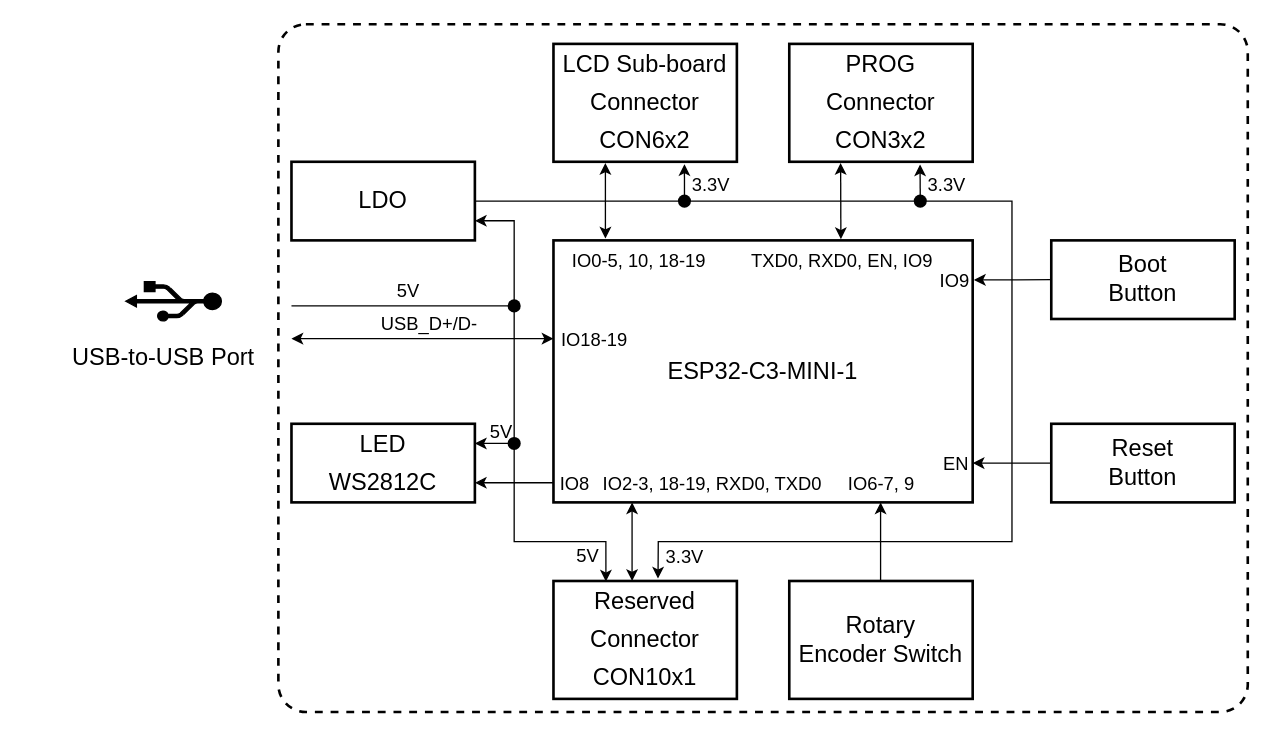
Above: c3/_static/block-diagram.drawio in Lzw655/esp32-s3-lcd-ev-baord-docs (draw.io), before the change. Source tidied: cells renumbered, new cells numbered last; positions are measured from the earlier drawing's top-left corner, leaving out a move shared by most shapes. Both pictures are drawn from the tidied source at 131%, with x=0, y=0 at pixel (22, 24).
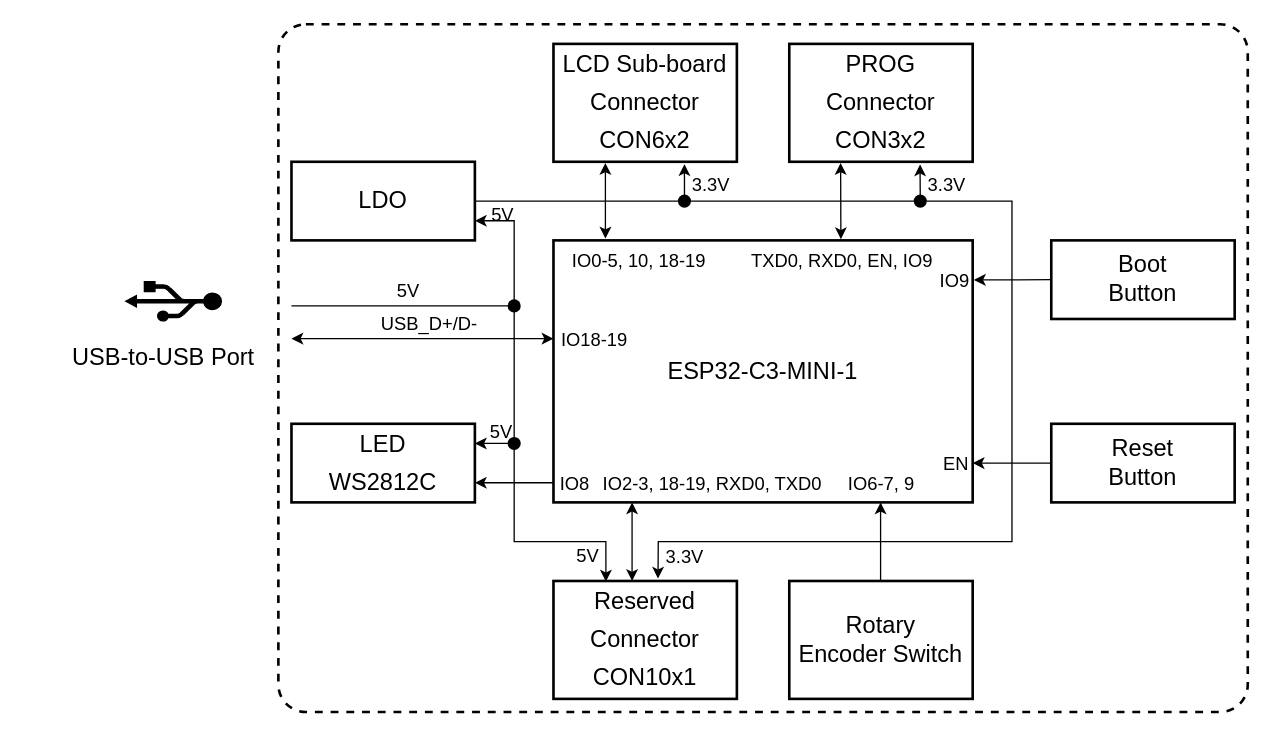
The same page after the edit.

What changed in the source:
```diff
@@
+    <mxCell id="49" value="&lt;span style=&quot;color: rgb(0 , 0 , 0) ; font-size: 14px&quot;&gt;5V&lt;/span&gt;" style="edgeLabel;html=1;align=center;verticalAlign=middle;labelBackgroundColor=none;" parent="1" vertex="1">
+      <mxGeometry x="365" y="140" as="geometry">
+        <mxPoint y="5" as="offset" />
+      </mxGeometry>
+    </mxCell>
```
